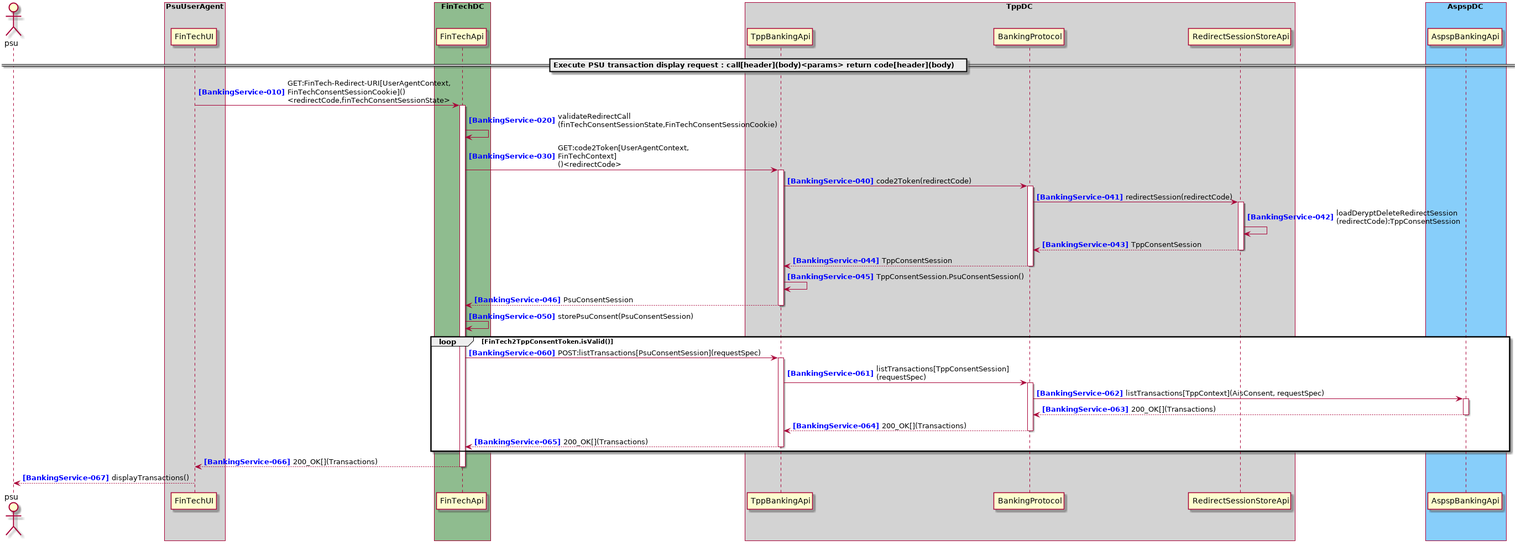
This is doc/develop/architecture/diagrams/useCases/6-consume_api.png from adorsys/open-banking-gateway, a PlantUML export, as it was before one commit.
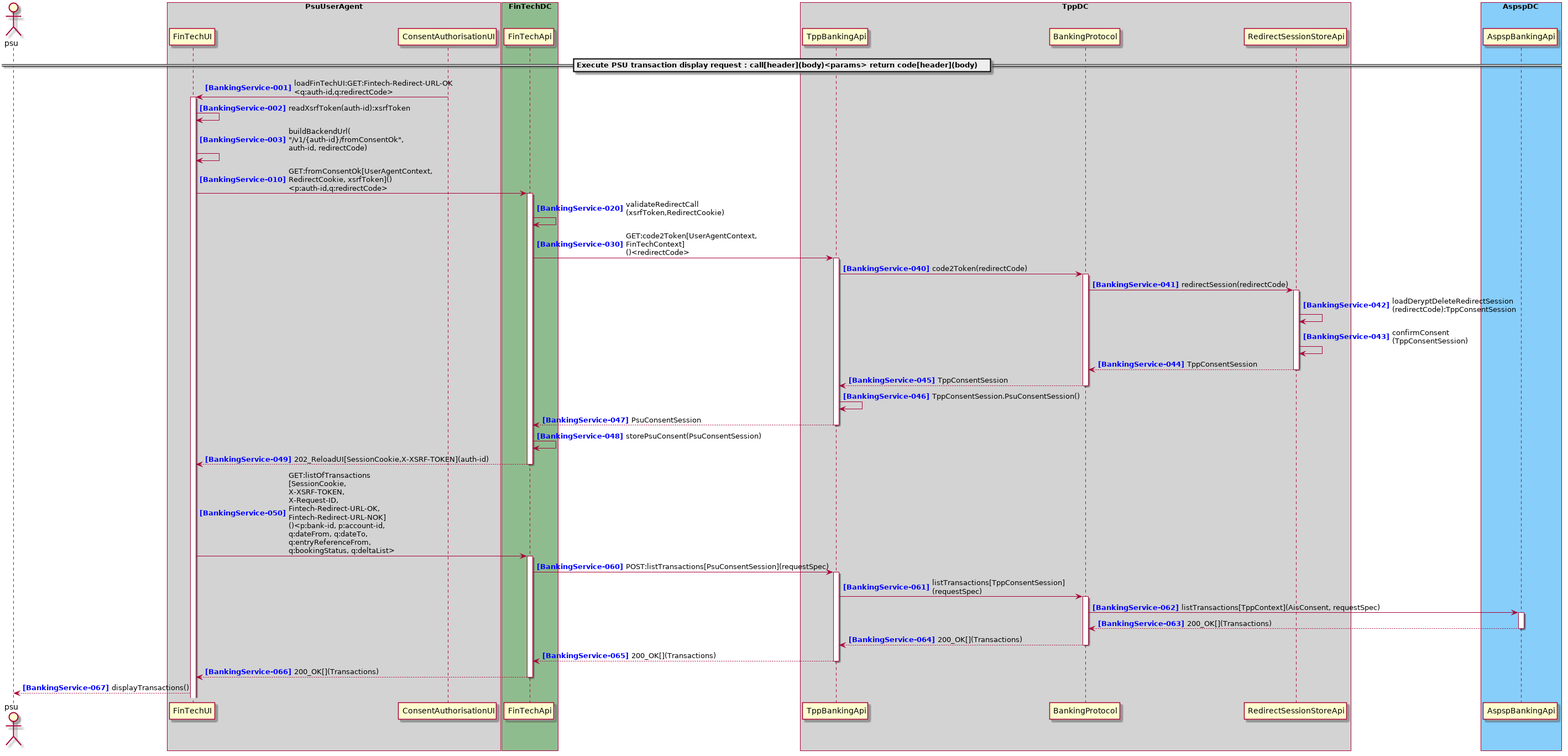
The same file after the commit.

Diff of the diagram source:
```diff
@@ -1,10 +1,11 @@
 @startuml
 
-autonumber 10 10 "<b><color blue>[BankingService-000]"
+autonumber 1 1 "<b><color blue>[BankingService-000]"
 actor psu
 
 box "PsuUserAgent" #LightGray
     participant "FinTechUI" as FinTechUI
+    participant "ConsentAuthorisationUI" as ConsentAuthorisationUI
 end box
 box "FinTechDC" #DarkSeaGreen
     participant "FinTechApi" as FinTechApi
@@ -21,28 +22,32 @@
 
 == Execute PSU transaction display request : call[header](body)<params> return code[header](body) ==
 
-FinTechUI -> FinTechApi ++ : GET:FinTech-Redirect-URI[UserAgentContext,\nFinTechConsentSessionCookie]()\n<redirectCode,finTechConsentSessionState>
-FinTechApi -> FinTechApi : validateRedirectCall\n(finTechConsentSessionState,FinTechConsentSessionCookie)
+ConsentAuthorisationUI -> FinTechUI ++: loadFinTechUI:GET:Fintech-Redirect-URL-OK\n<q:auth-id,q:redirectCode>
+FinTechUI -> FinTechUI : readXsrfToken(auth-id):xsrfToken
+FinTechUI -> FinTechUI : buildBackendUrl(\n"/v1/{auth-id}/fromConsentOk",\nauth-id, redirectCode)
+autonumber 10 10 "<b><color blue>[BankingService-000]"
+FinTechUI -> FinTechApi ++ : GET:fromConsentOk[UserAgentContext,\nRedirectCookie, xsrfToken]()\n<p:auth-id,q:redirectCode>
+FinTechApi -> FinTechApi : validateRedirectCall\n(xsrfToken,RedirectCookie)
 FinTechApi -> TppBankingApi ++ : GET:code2Token[UserAgentContext,\nFinTechContext]\n()<redirectCode>
 autonumber 40 1 "<b><color blue>[BankingService-000]"
 TppBankingApi -> BankingProtocol ++ : code2Token(redirectCode)
 BankingProtocol -> RedirectSessionStoreApi ++ : redirectSession(redirectCode)
 RedirectSessionStoreApi -> RedirectSessionStoreApi : loadDeryptDeleteRedirectSession\n(redirectCode):TppConsentSession
+RedirectSessionStoreApi -> RedirectSessionStoreApi : confirmConsent\n(TppConsentSession)
 return TppConsentSession
 return TppConsentSession
 TppBankingApi -> TppBankingApi: TppConsentSession.PsuConsentSession()
 return PsuConsentSession
-autonumber 50 10 "<b><color blue>[BankingService-000]"
 FinTechApi -> FinTechApi : storePsuConsent(PsuConsentSession)
-loop FinTech2TppConsentToken.isValid()
-    autonumber 60 1 "<b><color blue>[BankingService-000]"
-    FinTechApi -> TppBankingApi ++ : POST:listTransactions[PsuConsentSession](requestSpec)
-    TppBankingApi -> BankingProtocol ++ : listTransactions[TppConsentSession]\n(requestSpec)
-    BankingProtocol -> AspspBankingApi ++ : listTransactions[TppContext](AisConsent, requestSpec)
-    return 200_OK[](Transactions)
-    return 200_OK[](Transactions)
-    return 200_OK[](Transactions)
-end
+return 202_ReloadUI[SessionCookie,X-XSRF-TOKEN](auth-id)
+FinTechUI -> FinTechApi ++ : GET:listOfTransactions\n[SessionCookie,\nX-XSRF-TOKEN,\nX-Request-ID, \nFintech-Redirect-URL-OK,\nFintech-Redirect-URL-NOK]\n()<p:bank-id, p:account-id, \nq:dateFrom, q:dateTo,\nq:entryReferenceFrom,\nq:bookingStatus, q:deltaList>
+autonumber 60 1 "<b><color blue>[BankingService-000]"
+FinTechApi -> TppBankingApi ++ : POST:listTransactions[PsuConsentSession](requestSpec)
+TppBankingApi -> BankingProtocol ++ : listTransactions[TppConsentSession]\n(requestSpec)
+BankingProtocol -> AspspBankingApi ++ : listTransactions[TppContext](AisConsent, requestSpec)
+return 200_OK[](Transactions)
+return 200_OK[](Transactions)
+return 200_OK[](Transactions)
 return 200_OK[](Transactions)
 FinTechUI --> psu : displayTransactions()
 @enduml
```
